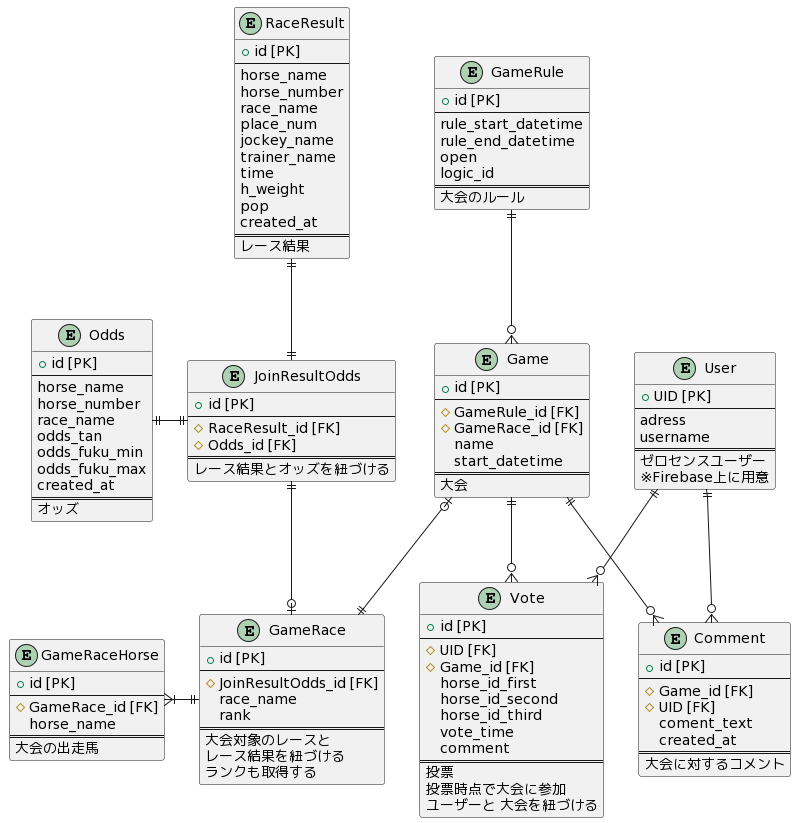
The PlantUML diagram out/UML/ER/ER図.png in Kengo106/zerosense, before a commit. The source it was exported from:
```plantuml
@startuml
entity "RaceResult" as RaceResult {
  + id [PK]
  --
  horse_name
  horse_number
  race_name
  place_num
  jockey_name
  trainer_name
  time
  h_weight
  pop
  created_at
  ==
  レース結果
}

entity "Odds" as Odds {
  + id [PK]
  --
  horse_name
  horse_number
  race_name
  odds_tan
  odds_fuku_min
  odds_fuku_max
  created_at
  ==
  オッズ
}

entity "JoinResultOdds" as JoinResultOdds {
  + id [PK]
  --
  # RaceResult_id [FK]
  # Odds_id [FK]
  ==
  レース結果とオッズを紐づける
}

entity User {
  + UID [PK]
  --
  adress
  username
  ==
  ゼロセンスユーザー
  ※Firebase上に用意
}

entity Game {
  + id [PK]
  --
  # GameRule_id [FK]
  # GameRace_id [FK]
  name
  start_datetime
  ==
  大会
}

entity GameRule {
  + id [PK]
  --
  rule_start_datetime
  rule_end_datetime
  open
  logic_id
  ==
  大会のルール
}

entity Vote {
  + id [PK]
  --
  # UID [FK]
  # Game_id [FK]
  horse_id_first
  horse_id_second
  horse_id_third
  vote_time
  comment
  ==
  投票
  投票時点で大会に参加
  ユーザーと 大会を紐づける
}

entity GameRace{
  + id [PK]
  --
  # JoinResultOdds_id [FK]
  race_name
  rank
  ==
  大会対象のレースと
  レース結果を紐づける
  ランクも取得する
}

entity GameRaceHorse {
  + id [PK]
  --
  # GameRace_id [FK]
  horse_name
  ==
  大会の出走馬
}

entity Comment {
  + id [PK]
  --
  # Game_id [FK]
  # UID [FK]
  coment_text
  created_at
  ==
  大会に対するコメント
}

Game |o--|| GameRace
User ||--o{ Vote
Game ||--o{ Vote
GameRace ||-left-|{ GameRaceHorse
User ||--o{ Comment
Game ||--o{ Comment
GameRule ||--o{ Game
RaceResult ||--|| JoinResultOdds
Odds ||-|| JoinResultOdds
JoinResultOdds ||--o|GameRace
@enduml
```
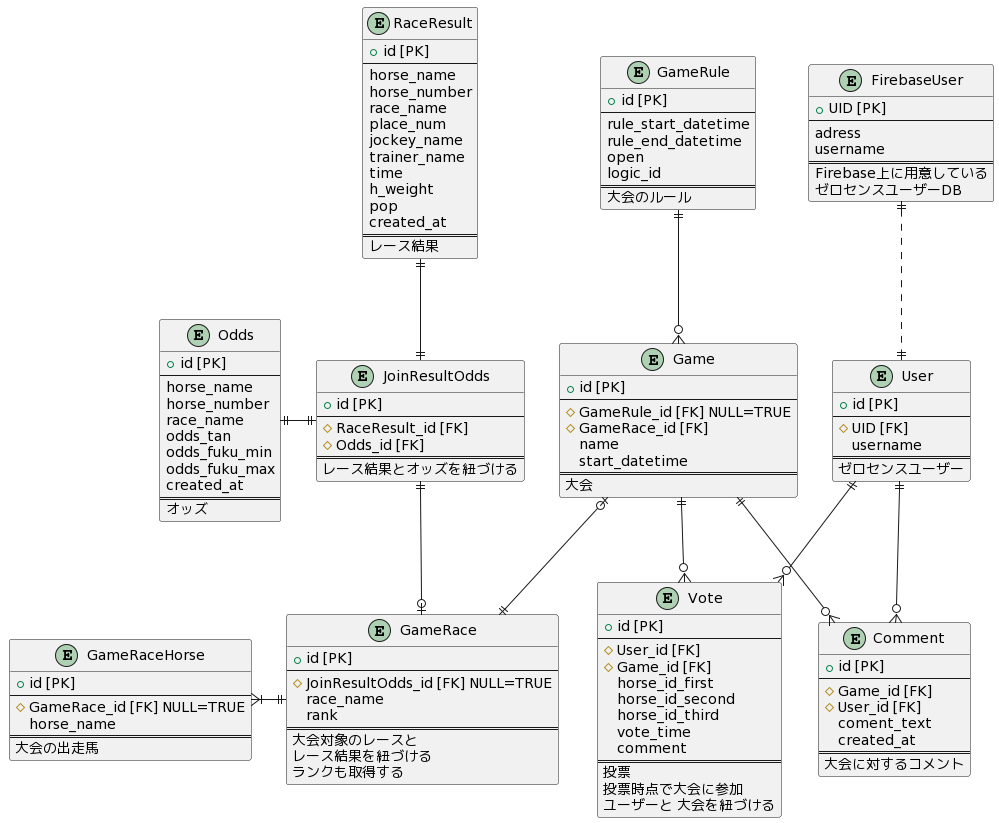
After the commit.

Commit message:
DB作成、重賞取得が完了した

The edit, as a diff of the source:
```diff
@@ -40,19 +40,28 @@
 }
 
 entity User {
+  + id [PK]
+  --
+  # UID [FK]
+  username
+  ==
+  ゼロセンスユーザー
+}
+
+entity FirebaseUser {
   + UID [PK]
   --
   adress
   username
   ==
-  ゼロセンスユーザー
-  ※Firebase上に用意
+  Firebase上に用意している
+  ゼロセンスユーザーDB
 }
 
 entity Game {
   + id [PK]
   --
-  # GameRule_id [FK]
+  # GameRule_id [FK] NULL=TRUE
   # GameRace_id [FK]
   name
   start_datetime
@@ -74,7 +83,7 @@
 entity Vote {
   + id [PK]
   --
-  # UID [FK]
+  # User_id [FK]
   # Game_id [FK]
   horse_id_first
   horse_id_second
@@ -90,7 +99,7 @@
 entity GameRace{
   + id [PK]
   --
-  # JoinResultOdds_id [FK]
+  # JoinResultOdds_id [FK] NULL=TRUE
   race_name
   rank
   ==
@@ -102,7 +111,7 @@
 entity GameRaceHorse {
   + id [PK]
   --
-  # GameRace_id [FK]
+  # GameRace_id [FK] NULL=TRUE
   horse_name
   ==
   大会の出走馬
@@ -112,7 +121,7 @@
   + id [PK]
   --
   # Game_id [FK]
-  # UID [FK]
+  # User_id [FK]
   coment_text
   created_at
   ==
@@ -129,4 +138,5 @@
 RaceResult ||--|| JoinResultOdds
 Odds ||-|| JoinResultOdds
 JoinResultOdds ||--o|GameRace
+FirebaseUser ||..||User
 @enduml
```
